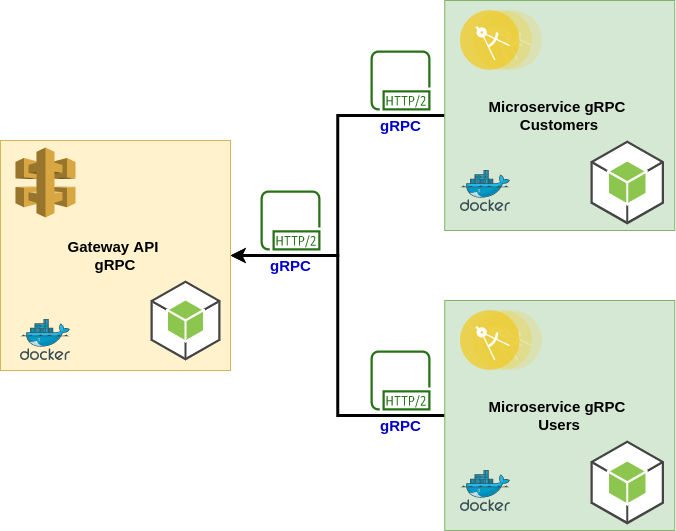
Earlier version of the draw.io export architecture.png (hemicharly/api-gateway-grpc-microservice). Source tidied: cells renumbered, new cells last; positions are measured from the earlier drawing's top-left corner, leaving out a move shared by most shapes. Source of this version:
```xml
<mxGraphModel>
  <root>
    <mxCell id="0" />
    <mxCell id="1" parent="0" />
    <mxCell id="2" style="edgeStyle=orthogonalEdgeStyle;rounded=0;jettySize=auto;html=1;strokeWidth=3;" parent="1" edge="1" source="3" target="8">
      <mxGeometry relative="1" as="geometry" />
    </mxCell>
    <mxCell id="3" value="&lt;b&gt;&lt;font style=&quot;font-size: 15px&quot;&gt;Microservice gRPC &lt;br&gt;Customers&lt;/font&gt;&lt;/b&gt;" style="whiteSpace=wrap;html=1;fillColor=#d5e8d4;strokeColor=#82b366;" parent="1" vertex="1">
      <mxGeometry x="444.2" width="230" height="230" as="geometry" />
    </mxCell>
    <mxCell id="4" style="dashed=0;verticalLabelPosition=bottom;verticalAlign=top;align=center;html=1;shape=mxgraph.aws3.android;fillColor=#8CC64F;gradientColor=none;" parent="1" vertex="1">
      <mxGeometry x="590" y="140" width="73.5" height="84" as="geometry" />
    </mxCell>
    <mxCell id="5" style="edgeStyle=orthogonalEdgeStyle;rounded=0;jettySize=auto;html=1;strokeWidth=3;" parent="1" edge="1" source="6" target="8">
      <mxGeometry relative="1" as="geometry" />
    </mxCell>
    <mxCell id="6" value="&lt;b&gt;&lt;font style=&quot;font-size: 15px&quot;&gt;Microservice gRPC &lt;br&gt;Users&lt;/font&gt;&lt;/b&gt;" style="whiteSpace=wrap;html=1;fillColor=#d5e8d4;strokeColor=#82b366;" parent="1" vertex="1">
      <mxGeometry x="444.2" y="300" width="230" height="230" as="geometry" />
    </mxCell>
    <mxCell id="7" style="dashed=0;verticalLabelPosition=bottom;verticalAlign=top;align=center;html=1;shape=mxgraph.aws3.android;fillColor=#8CC64F;gradientColor=none;" parent="1" vertex="1">
      <mxGeometry x="590" y="440" width="73.5" height="84" as="geometry" />
    </mxCell>
    <mxCell id="8" value="&lt;span style=&quot;font-size: 15px&quot;&gt;&lt;b&gt;Gateway API &lt;br&gt;gRPC&lt;/b&gt;&lt;/span&gt;" style="whiteSpace=wrap;html=1;fillColor=#fff2cc;strokeColor=#d6b656;" parent="1" vertex="1">
      <mxGeometry y="140" width="230" height="230" as="geometry" />
    </mxCell>
    <mxCell id="9" style="dashed=0;verticalLabelPosition=bottom;verticalAlign=top;align=center;html=1;shape=mxgraph.aws3.api_gateway;fillColor=#D9A741;gradientColor=none;" parent="1" vertex="1">
      <mxGeometry x="15" y="147" width="60" height="70" as="geometry" />
    </mxCell>
    <mxCell id="10" style="dashed=0;verticalLabelPosition=bottom;verticalAlign=top;align=center;html=1;shape=mxgraph.aws3.android;fillColor=#8CC64F;gradientColor=none;" parent="1" vertex="1">
      <mxGeometry x="150" y="280" width="70" height="80" as="geometry" />
    </mxCell>
    <mxCell id="11" style="perimeter=ellipsePerimeter;html=1;align=center;shadow=0;dashed=0;fontColor=#4277BB;labelBackgroundColor=#ffffff;fontSize=12;spacingTop=3;image;image=img/lib/ibm/applications/microservice.svg;" parent="1" vertex="1">
      <mxGeometry x="460" y="10" width="82.2" height="60" as="geometry" />
    </mxCell>
    <mxCell id="12" style="perimeter=ellipsePerimeter;html=1;align=center;shadow=0;dashed=0;fontColor=#4277BB;labelBackgroundColor=#ffffff;fontSize=12;spacingTop=3;image;image=img/lib/ibm/applications/microservice.svg;" parent="1" vertex="1">
      <mxGeometry x="460" y="310" width="82.2" height="60" as="geometry" />
    </mxCell>
    <mxCell id="13" value="&lt;font style=&quot;font-size: 15px&quot; color=&quot;#0000cc&quot;&gt;&lt;b&gt;gRPC&lt;/b&gt;&lt;/font&gt;" style="fontColor=#232F3E;gradientColor=none;fillColor=#277116;strokeColor=none;dashed=0;verticalLabelPosition=bottom;verticalAlign=top;align=center;html=1;fontSize=12;fontStyle=0;shape=mxgraph.aws4.http2_protocol;" parent="1" vertex="1">
      <mxGeometry x="370" y="50" width="60" height="60" as="geometry" />
    </mxCell>
    <mxCell id="14" style="html=1;align=center;image;fontSize=12;image=img/lib/mscae/Docker.svg;" parent="1" vertex="1">
      <mxGeometry x="20" y="319" width="50" height="41" as="geometry" />
    </mxCell>
    <mxCell id="15" style="html=1;align=center;image;fontSize=12;image=img/lib/mscae/Docker.svg;" parent="1" vertex="1">
      <mxGeometry x="460" y="470" width="50" height="41" as="geometry" />
    </mxCell>
    <mxCell id="16" style="html=1;align=center;image;fontSize=12;image=img/lib/mscae/Docker.svg;" parent="1" vertex="1">
      <mxGeometry x="460" y="170" width="50" height="41" as="geometry" />
    </mxCell>
    <mxCell id="17" value="&lt;font style=&quot;font-size: 15px&quot; color=&quot;#0000cc&quot;&gt;&lt;b&gt;gRPC&lt;/b&gt;&lt;/font&gt;" style="fontColor=#232F3E;gradientColor=none;fillColor=#277116;strokeColor=none;dashed=0;verticalLabelPosition=bottom;verticalAlign=top;align=center;html=1;fontSize=12;fontStyle=0;shape=mxgraph.aws4.http2_protocol;" parent="1" vertex="1">
      <mxGeometry x="370" y="350" width="60" height="60" as="geometry" />
    </mxCell>
    <mxCell id="18" value="&lt;font style=&quot;font-size: 15px&quot; color=&quot;#0000cc&quot;&gt;&lt;b&gt;gRPC&lt;/b&gt;&lt;/font&gt;" style="fontColor=#232F3E;gradientColor=none;fillColor=#277116;strokeColor=none;dashed=0;verticalLabelPosition=bottom;verticalAlign=top;align=center;html=1;fontSize=12;fontStyle=0;shape=mxgraph.aws4.http2_protocol;" parent="1" vertex="1">
      <mxGeometry x="260" y="190" width="60" height="60" as="geometry" />
    </mxCell>
  </root>
</mxGraphModel>
```
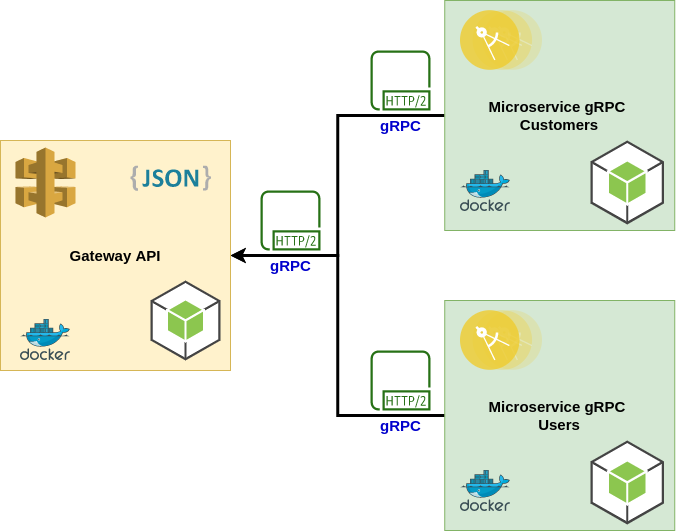
After the commit.

Diff of the diagram source:
```diff
@@ -20,7 +20,7 @@
     <mxCell id="7" style="dashed=0;verticalLabelPosition=bottom;verticalAlign=top;align=center;html=1;shape=mxgraph.aws3.android;fillColor=#8CC64F;gradientColor=none;" parent="1" vertex="1">
       <mxGeometry x="590" y="440" width="73.5" height="84" as="geometry" />
     </mxCell>
-    <mxCell id="8" value="&lt;span style=&quot;font-size: 15px&quot;&gt;&lt;b&gt;Gateway API &lt;br&gt;gRPC&lt;/b&gt;&lt;/span&gt;" style="whiteSpace=wrap;html=1;fillColor=#fff2cc;strokeColor=#d6b656;" parent="1" vertex="1">
+    <mxCell id="8" value="&lt;span style=&quot;font-size: 15px&quot;&gt;&lt;b&gt;Gateway API&lt;br&gt;&lt;/b&gt;&lt;/span&gt;" style="whiteSpace=wrap;html=1;fillColor=#fff2cc;strokeColor=#d6b656;" parent="1" vertex="1">
       <mxGeometry y="140" width="230" height="230" as="geometry" />
     </mxCell>
     <mxCell id="9" style="dashed=0;verticalLabelPosition=bottom;verticalAlign=top;align=center;html=1;shape=mxgraph.aws3.api_gateway;fillColor=#D9A741;gradientColor=none;" parent="1" vertex="1">
@@ -53,5 +53,8 @@
     <mxCell id="18" value="&lt;font style=&quot;font-size: 15px&quot; color=&quot;#0000cc&quot;&gt;&lt;b&gt;gRPC&lt;/b&gt;&lt;/font&gt;" style="fontColor=#232F3E;gradientColor=none;fillColor=#277116;strokeColor=none;dashed=0;verticalLabelPosition=bottom;verticalAlign=top;align=center;html=1;fontSize=12;fontStyle=0;shape=mxgraph.aws4.http2_protocol;" parent="1" vertex="1">
       <mxGeometry x="260" y="190" width="60" height="60" as="geometry" />
     </mxCell>
+    <mxCell id="19" style="dashed=0;html=1;align=center;labelPosition=center;verticalLabelPosition=bottom;verticalAlign=top;shape=mxgraph.weblogos.json_2;" parent="1" vertex="1">
+      <mxGeometry x="130" y="165" width="80.4" height="25.2" as="geometry" />
+    </mxCell>
   </root>
 </mxGraphModel>
```
